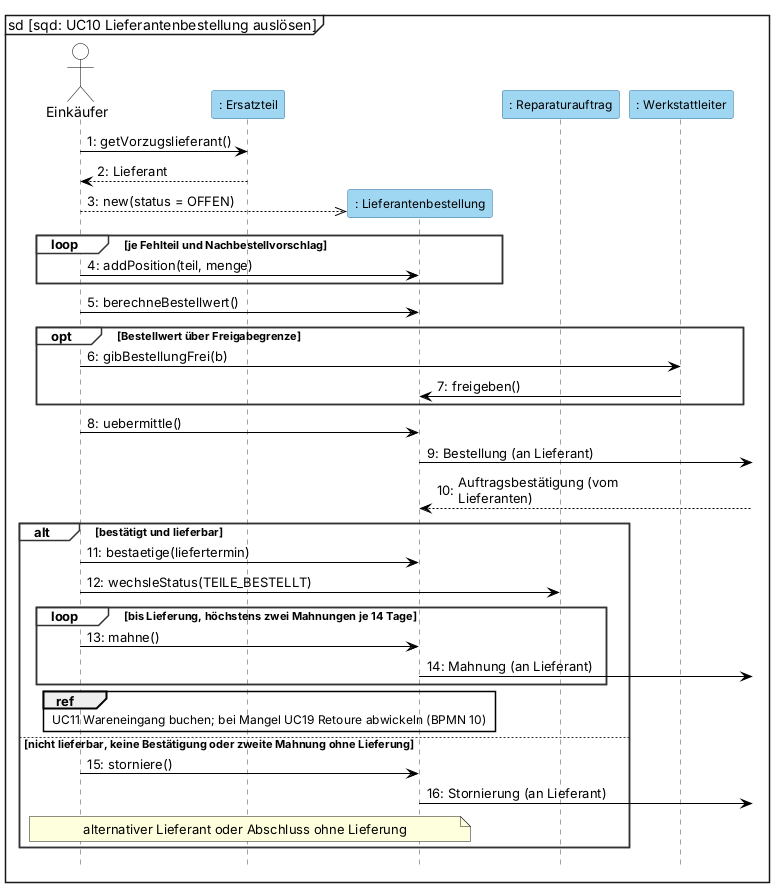
Before: 2_uml/entwurf-plantuml/sequenz-06-nachbestellvorschlag.png, a diagram exported from PlantUML (jakobschwan123-cmd/casestudy-semester-3).
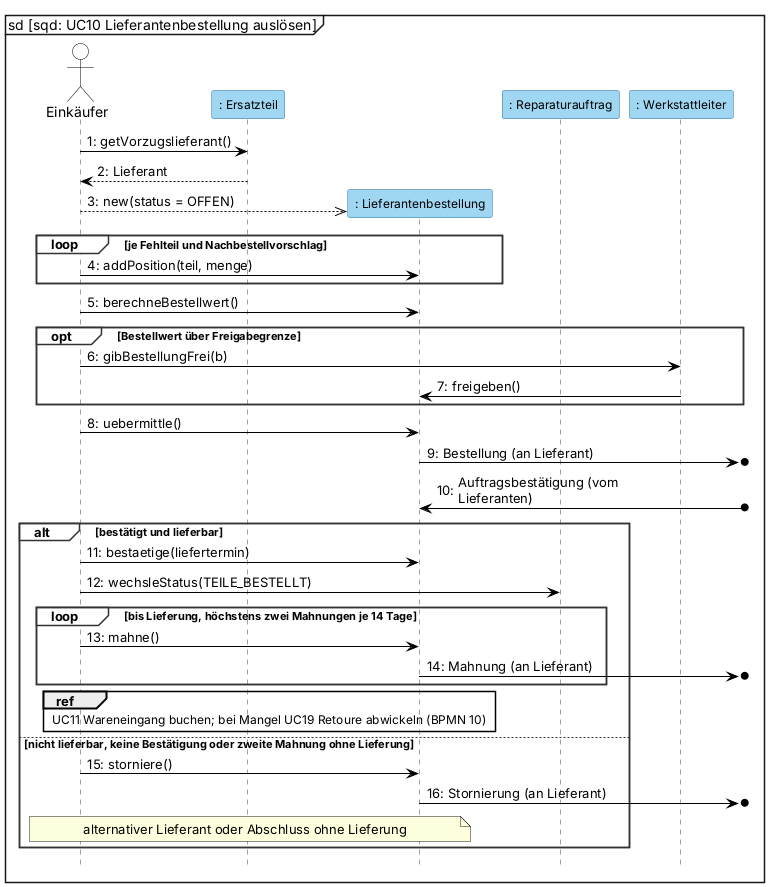
Above is the later version.

The edit, as a diff of the source:
```diff
@@ -39,19 +39,19 @@
     WL -> BEST : freigeben()
 end
 E -> BEST : uebermittle()
-BEST ->] : Bestellung (an Lieferant)
-BEST <--] : Auftragsbestätigung (vom Lieferanten)
+BEST ->o] : Bestellung (an Lieferant)
+BEST <-o] : Auftragsbestätigung (vom Lieferanten)
 alt bestätigt und lieferbar
     E -> BEST : bestaetige(liefertermin)
     E -> RA : wechsleStatus(TEILE_BESTELLT)
     loop bis Lieferung, höchstens zwei Mahnungen je 14 Tage
         E -> BEST : mahne()
-        BEST ->] : Mahnung (an Lieferant)
+        BEST ->o] : Mahnung (an Lieferant)
     end
     ref over E, BEST : UC11 Wareneingang buchen; bei Mangel UC19 Retoure abwickeln (BPMN 10)
 else nicht lieferbar, keine Bestätigung oder zweite Mahnung ohne Lieferung
     E -> BEST : storniere()
-    BEST ->] : Stornierung (an Lieferant)
+    BEST ->o] : Stornierung (an Lieferant)
     note over E, BEST : alternativer Lieferant oder Abschluss ohne Lieferung
 end
 @enduml
```
